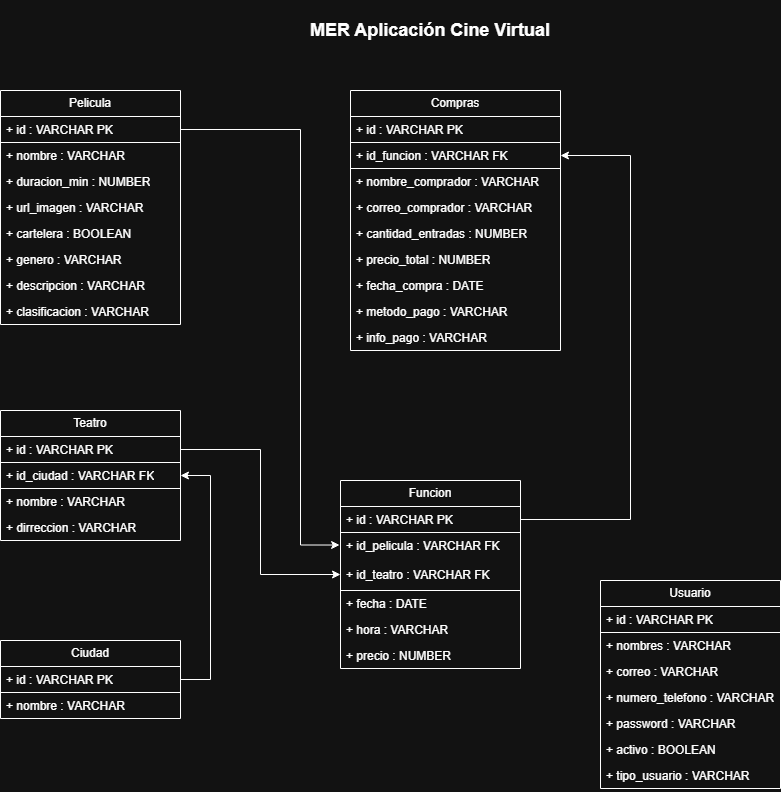
The draw.io diagram documentation/MER Diagram/MER Cinema App.png in luisalazago/Cinema-Web-Page, before a commit. Source tidied: cells renumbered, new cells last; positions are measured from the earlier drawing's top-left corner, leaving out a move shared by most shapes.
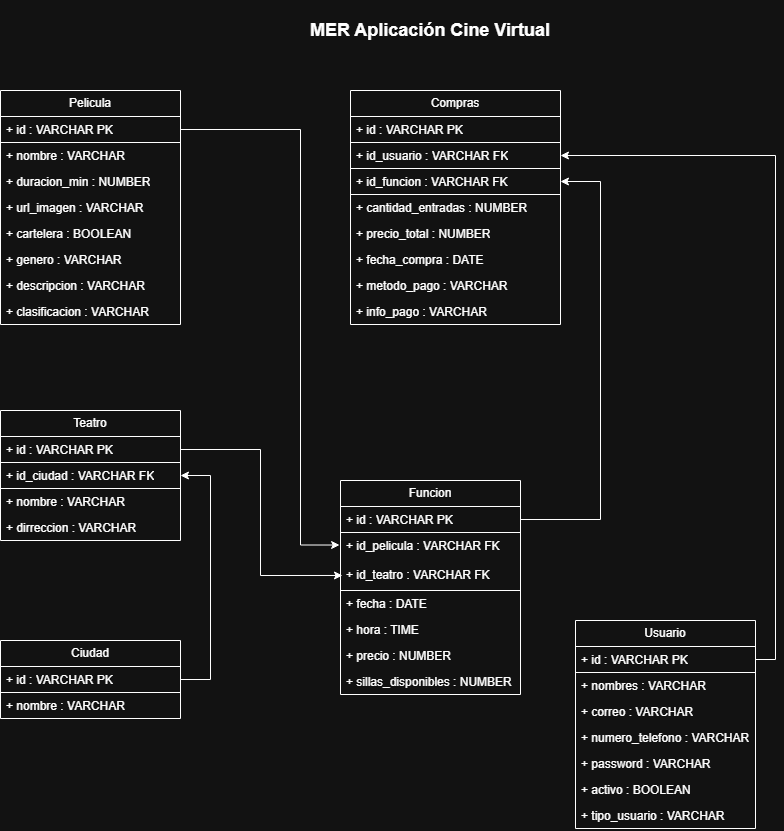
Later version of the same file.

Commit message:
[MODIFY] Fix MER information in the file

Change to the diagram source:
```diff
@@ -33,37 +33,34 @@
       <mxGeometry y="208" width="180" height="26" as="geometry" />
     </mxCell>
     <mxCell id="12" value="Compras" style="swimlane;fontStyle=0;horizontal=1;startSize=26;fillColor=none;whiteSpace=wrap;html=1;" parent="1" vertex="1">
-      <mxGeometry x="350" y="90" width="210" height="260" as="geometry" />
+      <mxGeometry x="350" y="90" width="210" height="234" as="geometry" />
     </mxCell>
     <mxCell id="13" value="+ id : VARCHAR PK" style="text;strokeColor=default;fillColor=none;align=left;verticalAlign=top;spacingLeft=4;spacingRight=4;overflow=hidden;whiteSpace=wrap;html=1;" parent="12" vertex="1">
       <mxGeometry y="26" width="210" height="26" as="geometry" />
     </mxCell>
+    <mxCell id="48" value="+ id_usuario : VARCHAR FK" style="text;strokeColor=default;fillColor=none;align=left;verticalAlign=top;spacingLeft=4;spacingRight=4;overflow=hidden;points=[[0,0.5],[1,0.5]];portConstraint=eastwest;whiteSpace=wrap;html=1;" parent="12" vertex="1">
+      <mxGeometry y="52" width="210" height="26" as="geometry" />
+    </mxCell>
     <mxCell id="14" value="+ id_funcion : VARCHAR FK" style="text;strokeColor=default;fillColor=none;align=left;verticalAlign=top;spacingLeft=4;spacingRight=4;overflow=hidden;points=[[0,0.5],[1,0.5]];portConstraint=eastwest;whiteSpace=wrap;html=1;" parent="12" vertex="1">
-      <mxGeometry y="52" width="210" height="26" as="geometry" />
+      <mxGeometry y="78" width="210" height="26" as="geometry" />
     </mxCell>
-    <mxCell id="15" value="+ nombre_comprador : VARCHAR" style="text;strokeColor=none;fillColor=none;align=left;verticalAlign=top;spacingLeft=4;spacingRight=4;overflow=hidden;whiteSpace=wrap;html=1;" parent="12" vertex="1">
-      <mxGeometry y="78" width="210" height="26" as="geometry" />
-    </mxCell>
-    <mxCell id="16" value="+ correo_comprador : VARCHAR" style="text;strokeColor=none;fillColor=none;align=left;verticalAlign=top;spacingLeft=4;spacingRight=4;overflow=hidden;whiteSpace=wrap;html=1;" parent="12" vertex="1">
-      <mxGeometry y="104" width="210" height="26" as="geometry" />
-    </mxCell>
     <mxCell id="17" value="+ cantidad_entradas : NUMBER" style="text;strokeColor=none;fillColor=none;align=left;verticalAlign=top;spacingLeft=4;spacingRight=4;overflow=hidden;whiteSpace=wrap;html=1;" parent="12" vertex="1">
-      <mxGeometry y="130" width="210" height="26" as="geometry" />
+      <mxGeometry y="104" width="210" height="26" as="geometry" />
     </mxCell>
     <mxCell id="18" value="+ precio_total : NUMBER" style="text;strokeColor=none;fillColor=none;align=left;verticalAlign=top;spacingLeft=4;spacingRight=4;overflow=hidden;whiteSpace=wrap;html=1;" parent="12" vertex="1">
-      <mxGeometry y="156" width="210" height="26" as="geometry" />
+      <mxGeometry y="130" width="210" height="26" as="geometry" />
     </mxCell>
     <mxCell id="19" value="+ fecha_compra : DATE" style="text;strokeColor=none;fillColor=none;align=left;verticalAlign=top;spacingLeft=4;spacingRight=4;overflow=hidden;whiteSpace=wrap;html=1;" parent="12" vertex="1">
-      <mxGeometry y="182" width="210" height="26" as="geometry" />
+      <mxGeometry y="156" width="210" height="26" as="geometry" />
     </mxCell>
     <mxCell id="20" value="+ metodo_pago : VARCHAR&amp;nbsp;" style="text;strokeColor=none;fillColor=none;align=left;verticalAlign=top;spacingLeft=4;spacingRight=4;overflow=hidden;whiteSpace=wrap;html=1;" parent="12" vertex="1">
-      <mxGeometry y="208" width="210" height="26" as="geometry" />
+      <mxGeometry y="182" width="210" height="26" as="geometry" />
     </mxCell>
     <mxCell id="21" value="+ info_pago : VARCHAR" style="text;strokeColor=none;fillColor=none;align=left;verticalAlign=top;spacingLeft=4;spacingRight=4;overflow=hidden;whiteSpace=wrap;html=1;" parent="12" vertex="1">
-      <mxGeometry y="234" width="210" height="26" as="geometry" />
+      <mxGeometry y="208" width="210" height="26" as="geometry" />
     </mxCell>
     <mxCell id="22" value="Usuario" style="swimlane;fontStyle=0;horizontal=1;startSize=26;fillColor=none;whiteSpace=wrap;html=1;" parent="1" vertex="1">
-      <mxGeometry x="600" y="580" width="180" height="208" as="geometry" />
+      <mxGeometry x="575" y="620" width="180" height="208" as="geometry" />
     </mxCell>
     <mxCell id="23" value="+ id : VARCHAR PK" style="text;strokeColor=default;fillColor=none;align=left;verticalAlign=top;spacingLeft=4;spacingRight=4;overflow=hidden;points=[[0,0.5],[1,0.5]];portConstraint=eastwest;whiteSpace=wrap;html=1;" parent="22" vertex="1">
       <mxGeometry y="26" width="180" height="26" as="geometry" />
@@ -119,7 +116,7 @@
       <mxGeometry y="52" width="180" height="26" as="geometry" />
     </mxCell>
     <mxCell id="39" value="Funcion" style="swimlane;fontStyle=0;horizontal=1;startSize=26;fillColor=none;whiteSpace=wrap;html=1;" parent="1" vertex="1">
-      <mxGeometry x="340" y="480" width="180" height="188" as="geometry" />
+      <mxGeometry x="340" y="480" width="180" height="214" as="geometry" />
     </mxCell>
     <mxCell id="40" value="+ id : VARCHAR PK" style="text;strokeColor=default;fillColor=none;align=left;verticalAlign=top;spacingLeft=4;spacingRight=4;overflow=hidden;points=[[0,0.5],[1,0.5]];portConstraint=eastwest;whiteSpace=wrap;html=1;" parent="39" vertex="1">
       <mxGeometry y="26" width="180" height="26" as="geometry" />
@@ -130,13 +127,16 @@
     <mxCell id="42" value="+ fecha : DATE" style="text;strokeColor=none;fillColor=none;align=left;verticalAlign=top;spacingLeft=4;spacingRight=4;overflow=hidden;whiteSpace=wrap;html=1;strokeWidth=1;" parent="39" vertex="1">
       <mxGeometry y="110" width="180" height="26" as="geometry" />
     </mxCell>
-    <mxCell id="43" value="+ hora : VARCHAR" style="text;strokeColor=none;fillColor=none;align=left;verticalAlign=top;spacingLeft=4;spacingRight=4;overflow=hidden;whiteSpace=wrap;html=1;" parent="39" vertex="1">
+    <mxCell id="43" value="+ hora : TIME" style="text;strokeColor=none;fillColor=none;align=left;verticalAlign=top;spacingLeft=4;spacingRight=4;overflow=hidden;whiteSpace=wrap;html=1;" parent="39" vertex="1">
       <mxGeometry y="136" width="180" height="26" as="geometry" />
     </mxCell>
     <mxCell id="44" value="+ precio : NUMBER" style="text;strokeColor=none;fillColor=none;align=left;verticalAlign=top;spacingLeft=4;spacingRight=4;overflow=hidden;whiteSpace=wrap;html=1;" parent="39" vertex="1">
       <mxGeometry y="162" width="180" height="26" as="geometry" />
     </mxCell>
+    <mxCell id="49" value="+ sillas_disponibles : NUMBER" style="text;strokeColor=none;fillColor=none;align=left;verticalAlign=top;spacingLeft=4;spacingRight=4;overflow=hidden;whiteSpace=wrap;html=1;" parent="39" vertex="1">
+      <mxGeometry y="188" width="180" height="26" as="geometry" />
+    </mxCell>
-    <mxCell id="45" style="edgeStyle=orthogonalEdgeStyle;rounded=0;jettySize=auto;html=1;exitX=1;exitY=0.5;exitDx=0;exitDy=0;entryX=0;entryY=0.5;entryDx=0;entryDy=0;" parent="1" edge="1" source="31" target="39">
+    <mxCell id="45" style="edgeStyle=orthogonalEdgeStyle;rounded=0;jettySize=auto;html=1;exitX=1;exitY=0.5;exitDx=0;exitDy=0;entryX=0.011;entryY=0.741;entryDx=0;entryDy=0;entryPerimeter=0;" parent="1" edge="1" source="31" target="41">
       <mxGeometry relative="1" as="geometry" />
     </mxCell>
     <mxCell id="46" style="edgeStyle=orthogonalEdgeStyle;rounded=0;jettySize=auto;html=1;exitX=1;exitY=0.5;exitDx=0;exitDy=0;entryX=-0.005;entryY=0.216;entryDx=0;entryDy=0;entryPerimeter=0;" parent="1" edge="1" source="4" target="41">
@@ -150,10 +150,13 @@
     <mxCell id="47" style="edgeStyle=orthogonalEdgeStyle;rounded=0;jettySize=auto;html=1;exitX=1;exitY=0.5;exitDx=0;exitDy=0;entryX=1;entryY=0.5;entryDx=0;entryDy=0;" parent="1" edge="1" source="40" target="14">
       <mxGeometry relative="1" as="geometry">
         <Array as="points">
-          <mxPoint x="630" y="519" />
-          <mxPoint x="630" y="155" />
+          <mxPoint x="600" y="519" />
+          <mxPoint x="600" y="181" />
         </Array>
       </mxGeometry>
     </mxCell>
+    <mxCell id="50" style="edgeStyle=orthogonalEdgeStyle;rounded=0;jettySize=auto;html=1;exitX=1;exitY=0.5;exitDx=0;exitDy=0;entryX=1;entryY=0.5;entryDx=0;entryDy=0;" parent="1" edge="1" source="23" target="48">
+      <mxGeometry relative="1" as="geometry" />
+    </mxCell>
   </root>
 </mxGraphModel>
```
